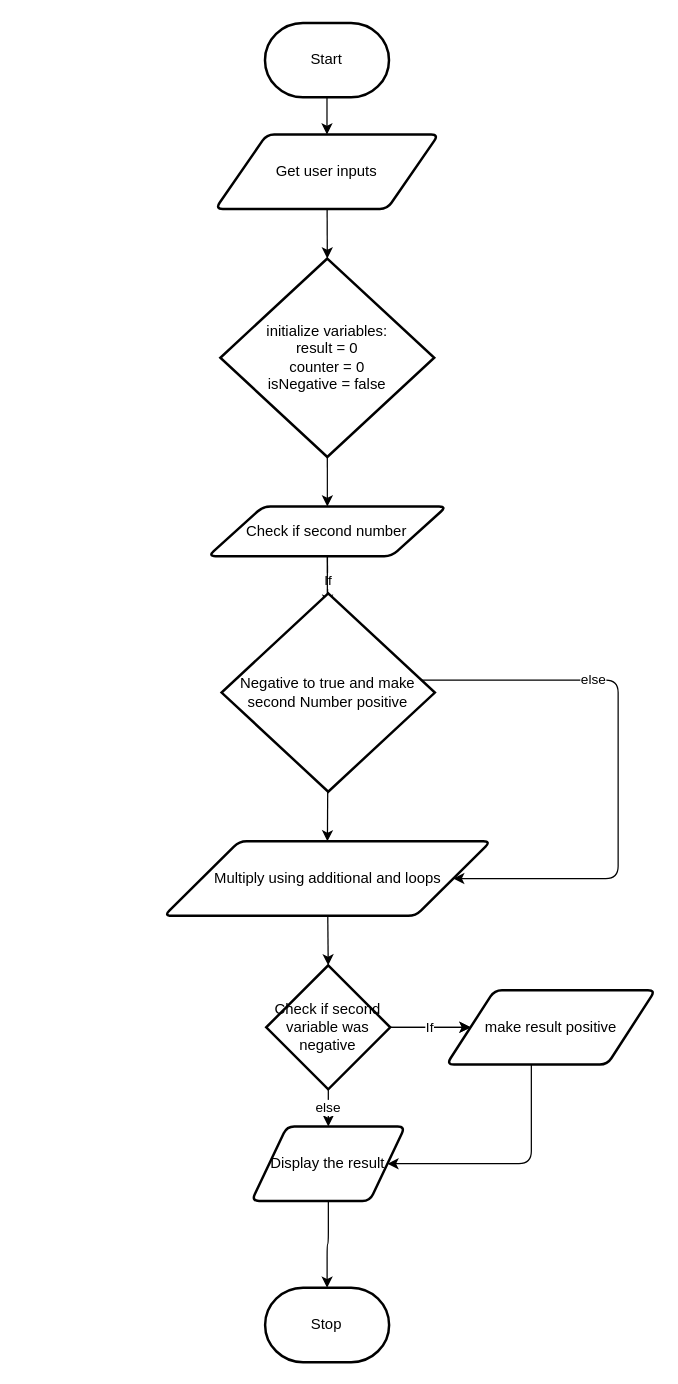
The draw.io diagram design/flowchart.drawio in MTHS-ICD2O-1-2023/ICD2O-Unit-5-06-tymofii-stepanov, before the edit. Source tidied: cells renumbered, new cells numbered last; positions are measured from the earlier drawing's top-left corner, leaving out a move shared by most shapes. Both pictures are drawn from the tidied source at 124%, with x=0, y=0 at pixel (164, 22).
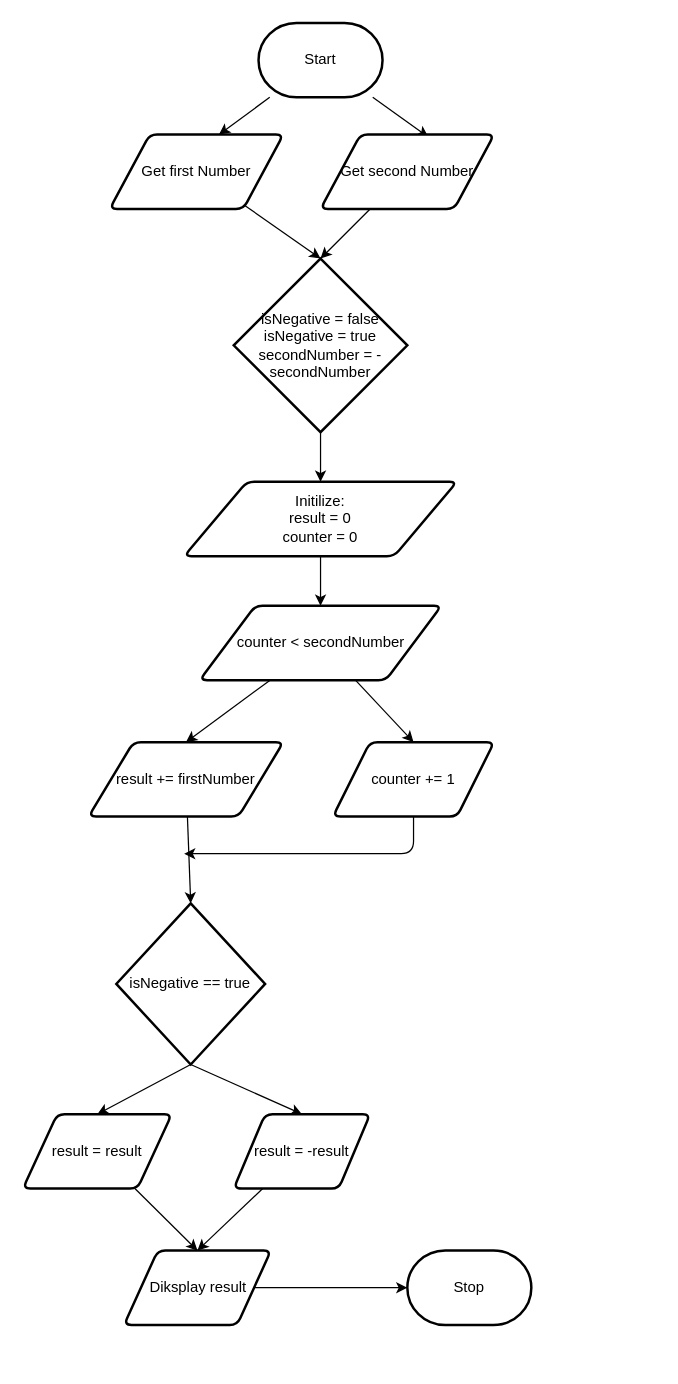
The same diagram, later.

Change to the diagram source:
```diff
@@
-    <mxCell id="2" style="edgeStyle=none;html=1;entryX=0.5;entryY=0;entryDx=0;entryDy=0;" parent="1" edge="1" source="3" target="6">
-      <mxGeometry relative="1" as="geometry" />
-    </mxCell>
+    <mxCell id="24" style="edgeStyle=none;html=1;entryX=0.629;entryY=0;entryDx=0;entryDy=0;entryPerimeter=0;" parent="1" edge="1" source="3" target="27">
+      <mxGeometry relative="1" as="geometry" />
+    </mxCell>
+    <mxCell id="25" style="edgeStyle=none;html=1;entryX=0.621;entryY=0.033;entryDx=0;entryDy=0;entryPerimeter=0;" parent="1" edge="1" source="3" target="29">
+      <mxGeometry relative="1" as="geometry" />
+    </mxCell>
     <mxCell id="3" value="Start" style="strokeWidth=2;html=1;shape=mxgraph.flowchart.terminator;whiteSpace=wrap;" parent="1" vertex="1">
-      <mxGeometry x="81.2" width="100" height="60" as="geometry" />
+      <mxGeometry x="76" width="100" height="60" as="geometry" />
     </mxCell>
     <mxCell id="4" value="Stop" style="strokeWidth=2;html=1;shape=mxgraph.flowchart.terminator;whiteSpace=wrap;" parent="1" vertex="1">
-      <mxGeometry x="81.3" y="1020" width="100" height="60" as="geometry" />
+      <mxGeometry x="196" y="990" width="100" height="60" as="geometry" />
     </mxCell>
-    <mxCell id="5" style="edgeStyle=none;html=1;entryX=0.5;entryY=0;entryDx=0;entryDy=0;entryPerimeter=0;" parent="1" edge="1" source="6" target="8">
-      <mxGeometry relative="1" as="geometry" />
-    </mxCell>
-    <mxCell id="6" value="Get user inputs" style="shape=parallelogram;html=1;strokeWidth=2;perimeter=parallelogramPerimeter;whiteSpace=wrap;rounded=1;arcSize=12;size=0.23;" parent="1" vertex="1">
-      <mxGeometry x="41.2" y="90" width="180" height="60" as="geometry" />
-    </mxCell>
-    <mxCell id="7" style="edgeStyle=none;html=1;entryX=0.5;entryY=0;entryDx=0;entryDy=0;" parent="1" edge="1" source="8" target="11">
-      <mxGeometry relative="1" as="geometry" />
-    </mxCell>
-    <mxCell id="8" value="initialize variables:&lt;br&gt;result = 0&lt;br&gt;counter = 0&lt;br&gt;isNegative = false" style="strokeWidth=2;html=1;shape=mxgraph.flowchart.decision;whiteSpace=wrap;" parent="1" vertex="1">
-      <mxGeometry x="45.2" y="190" width="172.5" height="160" as="geometry" />
-    </mxCell>
-    <mxCell id="9" value="If" style="edgeStyle=none;html=1;entryX=0.5;entryY=0;entryDx=0;entryDy=0;entryPerimeter=0;" parent="1" edge="1" source="11">
-      <mxGeometry relative="1" as="geometry">
-        <mxPoint x="131.7" y="470" as="targetPoint" />
-      </mxGeometry>
-    </mxCell>
-    <mxCell id="10" value="else" style="edgeStyle=orthogonalEdgeStyle;html=1;entryX=1;entryY=0.5;entryDx=0;entryDy=0;" parent="1" edge="1" source="11" target="15">
+    <mxCell id="10" value="else" style="edgeStyle=orthogonalEdgeStyle;html=1;entryX=1;entryY=0.5;entryDx=0;entryDy=0;" parent="1" edge="1">
       <mxGeometry relative="1" as="geometry">
+        <mxPoint x="131.6" y="430" as="sourcePoint" />
         <Array as="points">
           <mxPoint x="132" y="530" />
           <mxPoint x="366" y="530" />
           <mxPoint x="366" y="690" />
         </Array>
       </mxGeometry>
     </mxCell>
-    <mxCell id="11" value="Check if second number" style="shape=parallelogram;html=1;strokeWidth=2;perimeter=parallelogramPerimeter;whiteSpace=wrap;rounded=1;arcSize=12;size=0.23;" parent="1" vertex="1">
-      <mxGeometry x="35.4" y="390" width="192.2" height="40" as="geometry" />
-    </mxCell>
-    <mxCell id="12" style="edgeStyle=none;html=1;entryX=0.5;entryY=0;entryDx=0;entryDy=0;" parent="1" edge="1" source="13" target="15">
-      <mxGeometry relative="1" as="geometry" />
-    </mxCell>
-    <mxCell id="13" value="Negative to true and make second Number positive" style="strokeWidth=2;html=1;shape=mxgraph.flowchart.decision;whiteSpace=wrap;" parent="1" vertex="1">
-      <mxGeometry x="46.2" y="460" width="172" height="160" as="geometry" />
-    </mxCell>
-    <mxCell id="14" style="edgeStyle=none;html=1;entryX=0.5;entryY=0;entryDx=0;entryDy=0;entryPerimeter=0;" parent="1" edge="1" source="15" target="19">
-      <mxGeometry relative="1" as="geometry" />
-    </mxCell>
-    <mxCell id="15" value="Multiply using additional and loops" style="shape=parallelogram;html=1;strokeWidth=2;perimeter=parallelogramPerimeter;whiteSpace=wrap;rounded=1;arcSize=12;size=0.23;" parent="1" vertex="1">
-      <mxGeometry x="-0.2" y="660" width="263.5" height="60" as="geometry" />
-    </mxCell>
-    <mxCell id="16" style="edgeStyle=none;html=1;entryX=0;entryY=0.5;entryDx=0;entryDy=0;" parent="1" edge="1" source="19" target="21">
-      <mxGeometry relative="1" as="geometry" />
-    </mxCell>
-    <mxCell id="17" value="If" style="edgeStyle=none;html=1;" parent="1" edge="1" source="19" target="21">
-      <mxGeometry relative="1" as="geometry" />
-    </mxCell>
-    <mxCell id="18" value="else" style="edgeStyle=none;html=1;entryX=0.5;entryY=0;entryDx=0;entryDy=0;" parent="1" edge="1" source="19" target="23">
-      <mxGeometry relative="1" as="geometry" />
-    </mxCell>
-    <mxCell id="19" value="Check if second variable was negative" style="strokeWidth=2;html=1;shape=mxgraph.flowchart.decision;whiteSpace=wrap;" parent="1" vertex="1">
-      <mxGeometry x="82.2" y="760" width="100" height="100" as="geometry" />
-    </mxCell>
-    <mxCell id="20" style="edgeStyle=orthogonalEdgeStyle;html=1;entryX=1;entryY=0.5;entryDx=0;entryDy=0;" parent="1" edge="1" source="21" target="23">
-      <mxGeometry relative="1" as="geometry">
-        <Array as="points">
-          <mxPoint x="296" y="920" />
-        </Array>
-      </mxGeometry>
-    </mxCell>
-    <mxCell id="21" value="make result positive" style="shape=parallelogram;html=1;strokeWidth=2;perimeter=parallelogramPerimeter;whiteSpace=wrap;rounded=1;arcSize=12;size=0.23;" parent="1" vertex="1">
-      <mxGeometry x="227.6" y="780" width="168.4" height="60" as="geometry" />
-    </mxCell>
-    <mxCell id="22" style="edgeStyle=orthogonalEdgeStyle;html=1;" parent="1" edge="1" source="23" target="4">
-      <mxGeometry relative="1" as="geometry" />
-    </mxCell>
-    <mxCell id="23" value="Display the result" style="shape=parallelogram;html=1;strokeWidth=2;perimeter=parallelogramPerimeter;whiteSpace=wrap;rounded=1;arcSize=12;size=0.23;" parent="1" vertex="1">
-      <mxGeometry x="70.4" y="890" width="123.8" height="60" as="geometry" />
-    </mxCell>
+    <mxCell id="26" style="edgeStyle=none;html=1;entryX=0.5;entryY=0;entryDx=0;entryDy=0;entryPerimeter=0;" parent="1" edge="1" source="27" target="31">
+      <mxGeometry relative="1" as="geometry" />
+    </mxCell>
+    <mxCell id="27" value="Get first Number" style="shape=parallelogram;html=1;strokeWidth=2;perimeter=parallelogramPerimeter;whiteSpace=wrap;rounded=1;arcSize=12;size=0.23;" parent="1" vertex="1">
+      <mxGeometry x="-44" y="90" width="140" height="60" as="geometry" />
+    </mxCell>
+    <mxCell id="28" style="edgeStyle=none;html=1;entryX=0.5;entryY=0;entryDx=0;entryDy=0;entryPerimeter=0;" parent="1" edge="1" source="29" target="31">
+      <mxGeometry relative="1" as="geometry" />
+    </mxCell>
+    <mxCell id="29" value="Get second Number" style="shape=parallelogram;html=1;strokeWidth=2;perimeter=parallelogramPerimeter;whiteSpace=wrap;rounded=1;arcSize=12;size=0.23;" parent="1" vertex="1">
+      <mxGeometry x="126" y="90" width="140" height="60" as="geometry" />
+    </mxCell>
+    <mxCell id="30" style="edgeStyle=none;html=1;" parent="1" edge="1" source="31" target="33">
+      <mxGeometry relative="1" as="geometry" />
+    </mxCell>
+    <mxCell id="31" value="isNegative = false&lt;br&gt;isNegative = true&lt;br&gt;secondNumber = -secondNumber" style="strokeWidth=2;html=1;shape=mxgraph.flowchart.decision;whiteSpace=wrap;" parent="1" vertex="1">
+      <mxGeometry x="56" y="190" width="140" height="140" as="geometry" />
+    </mxCell>
+    <mxCell id="32" style="edgeStyle=none;html=1;" parent="1" edge="1" source="33" target="36">
+      <mxGeometry relative="1" as="geometry" />
+    </mxCell>
+    <mxCell id="33" value="Initilize:&lt;br&gt;result = 0&lt;br&gt;counter = 0" style="shape=parallelogram;html=1;strokeWidth=2;perimeter=parallelogramPerimeter;whiteSpace=wrap;rounded=1;arcSize=12;size=0.23;" parent="1" vertex="1">
+      <mxGeometry x="16" y="370" width="220" height="60" as="geometry" />
+    </mxCell>
+    <mxCell id="34" style="edgeStyle=none;html=1;entryX=0.5;entryY=0;entryDx=0;entryDy=0;" parent="1" edge="1" source="36" target="38">
+      <mxGeometry relative="1" as="geometry" />
+    </mxCell>
+    <mxCell id="35" style="edgeStyle=none;html=1;entryX=0.5;entryY=0;entryDx=0;entryDy=0;" parent="1" edge="1" source="36" target="40">
+      <mxGeometry relative="1" as="geometry" />
+    </mxCell>
+    <mxCell id="36" value="counter &lt; secondNumber" style="shape=parallelogram;html=1;strokeWidth=2;perimeter=parallelogramPerimeter;whiteSpace=wrap;rounded=1;arcSize=12;size=0.23;" parent="1" vertex="1">
+      <mxGeometry x="28.5" y="470" width="195" height="60" as="geometry" />
+    </mxCell>
+    <mxCell id="37" style="edgeStyle=none;html=1;entryX=0.5;entryY=0;entryDx=0;entryDy=0;entryPerimeter=0;" parent="1" edge="1" source="38" target="43">
+      <mxGeometry relative="1" as="geometry" />
+    </mxCell>
+    <mxCell id="38" value="result += firstNumber" style="shape=parallelogram;html=1;strokeWidth=2;perimeter=parallelogramPerimeter;whiteSpace=wrap;rounded=1;arcSize=12;size=0.23;" parent="1" vertex="1">
+      <mxGeometry x="-61" y="580" width="157" height="60" as="geometry" />
+    </mxCell>
+    <mxCell id="39" style="edgeStyle=orthogonalEdgeStyle;html=1;" parent="1" edge="1" source="40">
+      <mxGeometry relative="1" as="geometry">
+        <mxPoint x="16" y="670" as="targetPoint" />
+        <Array as="points">
+          <mxPoint x="201" y="670" />
+        </Array>
+      </mxGeometry>
+    </mxCell>
+    <mxCell id="40" value="counter += 1" style="shape=parallelogram;html=1;strokeWidth=2;perimeter=parallelogramPerimeter;whiteSpace=wrap;rounded=1;arcSize=12;size=0.23;" parent="1" vertex="1">
+      <mxGeometry x="136" y="580" width="130" height="60" as="geometry" />
+    </mxCell>
+    <mxCell id="41" style="html=1;entryX=0.5;entryY=0;entryDx=0;entryDy=0;exitX=0.5;exitY=1;exitDx=0;exitDy=0;exitPerimeter=0;" parent="1" edge="1" source="43" target="47">
+      <mxGeometry relative="1" as="geometry" />
+    </mxCell>
+    <mxCell id="42" style="edgeStyle=none;html=1;entryX=0.5;entryY=0;entryDx=0;entryDy=0;exitX=0.5;exitY=1;exitDx=0;exitDy=0;exitPerimeter=0;" parent="1" edge="1" source="43" target="45">
+      <mxGeometry relative="1" as="geometry" />
+    </mxCell>
+    <mxCell id="43" value="isNegative == true" style="strokeWidth=2;html=1;shape=mxgraph.flowchart.decision;whiteSpace=wrap;" parent="1" vertex="1">
+      <mxGeometry x="-38.7" y="710" width="120" height="130" as="geometry" />
+    </mxCell>
+    <mxCell id="44" style="edgeStyle=none;html=1;entryX=0.5;entryY=0;entryDx=0;entryDy=0;" parent="1" edge="1" source="45" target="49">
+      <mxGeometry relative="1" as="geometry" />
+    </mxCell>
+    <mxCell id="45" value="result = result" style="shape=parallelogram;html=1;strokeWidth=2;perimeter=parallelogramPerimeter;whiteSpace=wrap;rounded=1;arcSize=12;size=0.23;" parent="1" vertex="1">
+      <mxGeometry x="-114" y="880" width="120" height="60" as="geometry" />
+    </mxCell>
+    <mxCell id="46" style="edgeStyle=none;html=1;entryX=0.5;entryY=0;entryDx=0;entryDy=0;" parent="1" edge="1" source="47" target="49">
+      <mxGeometry relative="1" as="geometry" />
+    </mxCell>
+    <mxCell id="47" value="result = -result" style="shape=parallelogram;html=1;strokeWidth=2;perimeter=parallelogramPerimeter;whiteSpace=wrap;rounded=1;arcSize=12;size=0.23;" parent="1" vertex="1">
+      <mxGeometry x="56" y="880" width="110" height="60" as="geometry" />
+    </mxCell>
+    <mxCell id="48" style="edgeStyle=none;html=1;" parent="1" edge="1" source="49" target="4">
+      <mxGeometry relative="1" as="geometry" />
+    </mxCell>
+    <mxCell id="49" value="Diksplay result" style="shape=parallelogram;html=1;strokeWidth=2;perimeter=parallelogramPerimeter;whiteSpace=wrap;rounded=1;arcSize=12;size=0.23;" parent="1" vertex="1">
+      <mxGeometry x="-32.5" y="990" width="118.5" height="60" as="geometry" />
+    </mxCell>
```
